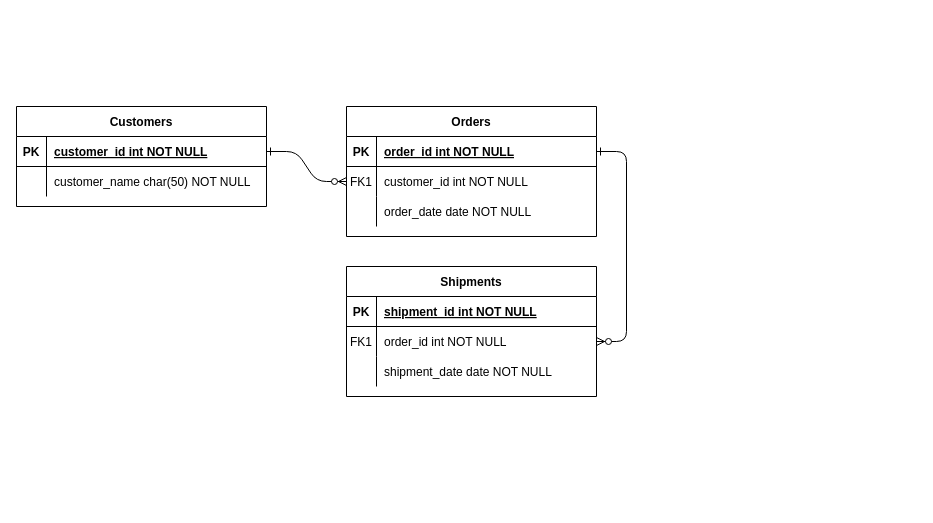
Before: SurveyAppERD.drawio in Evansb2250/Nottingham-SurveryApp, a draw.io diagram. Source tidied: cells renumbered, new cells numbered last; positions are measured from the earlier drawing's top-left corner, leaving out a move shared by most shapes. Both pictures are drawn from the tidied source at 100%, with x=0, y=0 at pixel (16, 106).
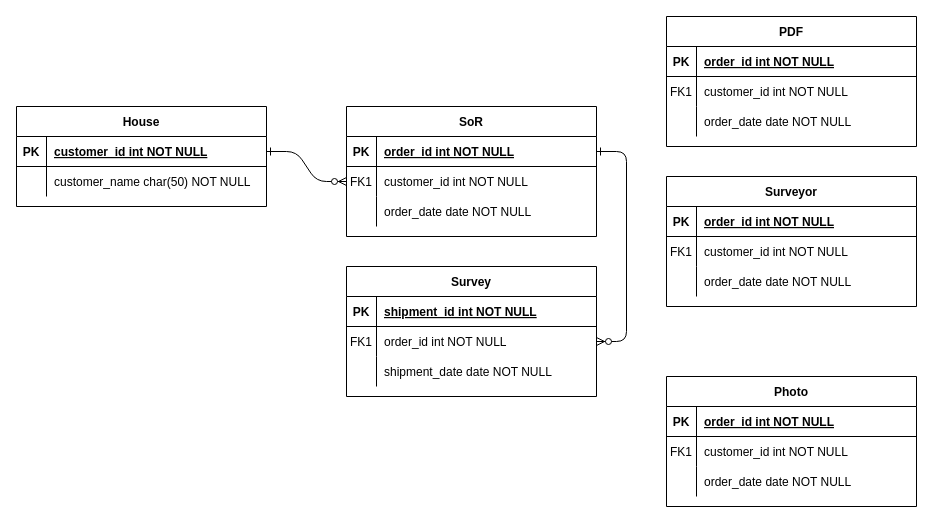
The same page after the edit.

Change to the diagram source:
```diff
@@
-    <mxCell id="4" value="Orders" style="shape=table;startSize=30;childLayout=tableLayout;rowLines=0;fontStyle=1;align=center;" parent="1" vertex="1">
+    <mxCell id="4" value="SoR" style="shape=table;startSize=30;childLayout=tableLayout;rowLines=0;fontStyle=1;align=center;" parent="1" vertex="1">
       <mxGeometry x="330" width="250" height="130" as="geometry" />
     </mxCell>
@@
-    <mxCell id="14" value="Shipments" style="shape=table;startSize=30;childLayout=tableLayout;rowLines=0;fontStyle=1;align=center;" parent="1" vertex="1">
+    <mxCell id="14" value="Survey" style="shape=table;startSize=30;childLayout=tableLayout;rowLines=0;fontStyle=1;align=center;" parent="1" vertex="1">
       <mxGeometry x="330" y="160" width="250" height="130" as="geometry" />
     </mxCell>
@@
-    <mxCell id="24" value="Customers" style="shape=table;startSize=30;childLayout=tableLayout;rowLines=0;fontStyle=1;align=center;" parent="1" vertex="1">
+    <mxCell id="24" value="House" style="shape=table;startSize=30;childLayout=tableLayout;rowLines=0;fontStyle=1;align=center;" parent="1" vertex="1">
       <mxGeometry width="250" height="100" as="geometry" />
     </mxCell>
@@
+    <mxCell id="31" value="PDF" style="shape=table;startSize=30;childLayout=tableLayout;rowLines=0;fontStyle=1;align=center;" parent="1" vertex="1">
+      <mxGeometry x="650" y="-90" width="250" height="130" as="geometry" />
+    </mxCell>
+    <mxCell id="32" style="shape=partialRectangle;fillColor=none;top=0;left=0;right=0;bottom=1;" parent="31" vertex="1">
+      <mxGeometry y="30" width="250" height="30" as="geometry" />
+    </mxCell>
+    <mxCell id="33" value="PK" style="shape=partialRectangle;overflow=hidden;fillColor=none;top=0;left=0;bottom=0;right=0;fontStyle=1;" parent="32" vertex="1">
+      <mxGeometry width="30" height="30" as="geometry" />
+    </mxCell>
+    <mxCell id="34" value="order_id int NOT NULL " style="shape=partialRectangle;overflow=hidden;fillColor=none;top=0;left=0;bottom=0;right=0;align=left;spacingLeft=6;fontStyle=5;" parent="32" vertex="1">
+      <mxGeometry x="30" width="220" height="30" as="geometry" />
+    </mxCell>
+    <mxCell id="35" style="shape=partialRectangle;fillColor=none;top=0;left=0;right=0;bottom=0;" parent="31" vertex="1">
+      <mxGeometry y="60" width="250" height="30" as="geometry" />
+    </mxCell>
+    <mxCell id="36" value="FK1" style="shape=partialRectangle;overflow=hidden;fillColor=none;top=0;left=0;bottom=0;right=0;" parent="35" vertex="1">
+      <mxGeometry width="30" height="30" as="geometry" />
+    </mxCell>
+    <mxCell id="37" value="customer_id int NOT NULL" style="shape=partialRectangle;overflow=hidden;fillColor=none;top=0;left=0;bottom=0;right=0;align=left;spacingLeft=6;" parent="35" vertex="1">
+      <mxGeometry x="30" width="220" height="30" as="geometry" />
+    </mxCell>
+    <mxCell id="38" style="shape=partialRectangle;fillColor=none;top=0;left=0;right=0;bottom=0;" parent="31" vertex="1">
+      <mxGeometry y="90" width="250" height="30" as="geometry" />
+    </mxCell>
+    <mxCell id="39" style="shape=partialRectangle;overflow=hidden;fillColor=none;top=0;left=0;bottom=0;right=0;" parent="38" vertex="1">
+      <mxGeometry width="30" height="30" as="geometry" />
+    </mxCell>
+    <mxCell id="40" value="order_date date NOT NULL" style="shape=partialRectangle;overflow=hidden;fillColor=none;top=0;left=0;bottom=0;right=0;align=left;spacingLeft=6;" parent="38" vertex="1">
+      <mxGeometry x="30" width="220" height="30" as="geometry" />
+    </mxCell>
+    <mxCell id="41" value="Surveyor" style="shape=table;startSize=30;childLayout=tableLayout;rowLines=0;fontStyle=1;align=center;" parent="1" vertex="1">
+      <mxGeometry x="650" y="70" width="250" height="130" as="geometry" />
+    </mxCell>
+    <mxCell id="42" style="shape=partialRectangle;fillColor=none;top=0;left=0;right=0;bottom=1;" parent="41" vertex="1">
+      <mxGeometry y="30" width="250" height="30" as="geometry" />
+    </mxCell>
+    <mxCell id="43" value="PK" style="shape=partialRectangle;overflow=hidden;fillColor=none;top=0;left=0;bottom=0;right=0;fontStyle=1;" parent="42" vertex="1">
+      <mxGeometry width="30" height="30" as="geometry" />
+    </mxCell>
+    <mxCell id="44" value="order_id int NOT NULL " style="shape=partialRectangle;overflow=hidden;fillColor=none;top=0;left=0;bottom=0;right=0;align=left;spacingLeft=6;fontStyle=5;" parent="42" vertex="1">
+      <mxGeometry x="30" width="220" height="30" as="geometry" />
+    </mxCell>
+    <mxCell id="45" style="shape=partialRectangle;fillColor=none;top=0;left=0;right=0;bottom=0;" parent="41" vertex="1">
+      <mxGeometry y="60" width="250" height="30" as="geometry" />
+    </mxCell>
+    <mxCell id="46" value="FK1" style="shape=partialRectangle;overflow=hidden;fillColor=none;top=0;left=0;bottom=0;right=0;" parent="45" vertex="1">
+      <mxGeometry width="30" height="30" as="geometry" />
+    </mxCell>
+    <mxCell id="47" value="customer_id int NOT NULL" style="shape=partialRectangle;overflow=hidden;fillColor=none;top=0;left=0;bottom=0;right=0;align=left;spacingLeft=6;" parent="45" vertex="1">
+      <mxGeometry x="30" width="220" height="30" as="geometry" />
+    </mxCell>
+    <mxCell id="48" style="shape=partialRectangle;fillColor=none;top=0;left=0;right=0;bottom=0;" parent="41" vertex="1">
+      <mxGeometry y="90" width="250" height="30" as="geometry" />
+    </mxCell>
+    <mxCell id="49" style="shape=partialRectangle;overflow=hidden;fillColor=none;top=0;left=0;bottom=0;right=0;" parent="48" vertex="1">
+      <mxGeometry width="30" height="30" as="geometry" />
+    </mxCell>
+    <mxCell id="50" value="order_date date NOT NULL" style="shape=partialRectangle;overflow=hidden;fillColor=none;top=0;left=0;bottom=0;right=0;align=left;spacingLeft=6;" parent="48" vertex="1">
+      <mxGeometry x="30" width="220" height="30" as="geometry" />
+    </mxCell>
+    <mxCell id="51" value="Photo" style="shape=table;startSize=30;childLayout=tableLayout;rowLines=0;fontStyle=1;align=center;" parent="1" vertex="1">
+      <mxGeometry x="650" y="270" width="250" height="130" as="geometry" />
+    </mxCell>
+    <mxCell id="52" style="shape=partialRectangle;fillColor=none;top=0;left=0;right=0;bottom=1;" parent="51" vertex="1">
+      <mxGeometry y="30" width="250" height="30" as="geometry" />
+    </mxCell>
+    <mxCell id="53" value="PK" style="shape=partialRectangle;overflow=hidden;fillColor=none;top=0;left=0;bottom=0;right=0;fontStyle=1;" parent="52" vertex="1">
+      <mxGeometry width="30" height="30" as="geometry" />
+    </mxCell>
+    <mxCell id="54" value="order_id int NOT NULL " style="shape=partialRectangle;overflow=hidden;fillColor=none;top=0;left=0;bottom=0;right=0;align=left;spacingLeft=6;fontStyle=5;" parent="52" vertex="1">
+      <mxGeometry x="30" width="220" height="30" as="geometry" />
+    </mxCell>
+    <mxCell id="55" style="shape=partialRectangle;fillColor=none;top=0;left=0;right=0;bottom=0;" parent="51" vertex="1">
+      <mxGeometry y="60" width="250" height="30" as="geometry" />
+    </mxCell>
+    <mxCell id="56" value="FK1" style="shape=partialRectangle;overflow=hidden;fillColor=none;top=0;left=0;bottom=0;right=0;" parent="55" vertex="1">
+      <mxGeometry width="30" height="30" as="geometry" />
+    </mxCell>
+    <mxCell id="57" value="customer_id int NOT NULL" style="shape=partialRectangle;overflow=hidden;fillColor=none;top=0;left=0;bottom=0;right=0;align=left;spacingLeft=6;" parent="55" vertex="1">
+      <mxGeometry x="30" width="220" height="30" as="geometry" />
+    </mxCell>
+    <mxCell id="58" style="shape=partialRectangle;fillColor=none;top=0;left=0;right=0;bottom=0;" parent="51" vertex="1">
+      <mxGeometry y="90" width="250" height="30" as="geometry" />
+    </mxCell>
+    <mxCell id="59" style="shape=partialRectangle;overflow=hidden;fillColor=none;top=0;left=0;bottom=0;right=0;" parent="58" vertex="1">
+      <mxGeometry width="30" height="30" as="geometry" />
+    </mxCell>
+    <mxCell id="60" value="order_date date NOT NULL" style="shape=partialRectangle;overflow=hidden;fillColor=none;top=0;left=0;bottom=0;right=0;align=left;spacingLeft=6;" parent="58" vertex="1">
+      <mxGeometry x="30" width="220" height="30" as="geometry" />
+    </mxCell>
```
